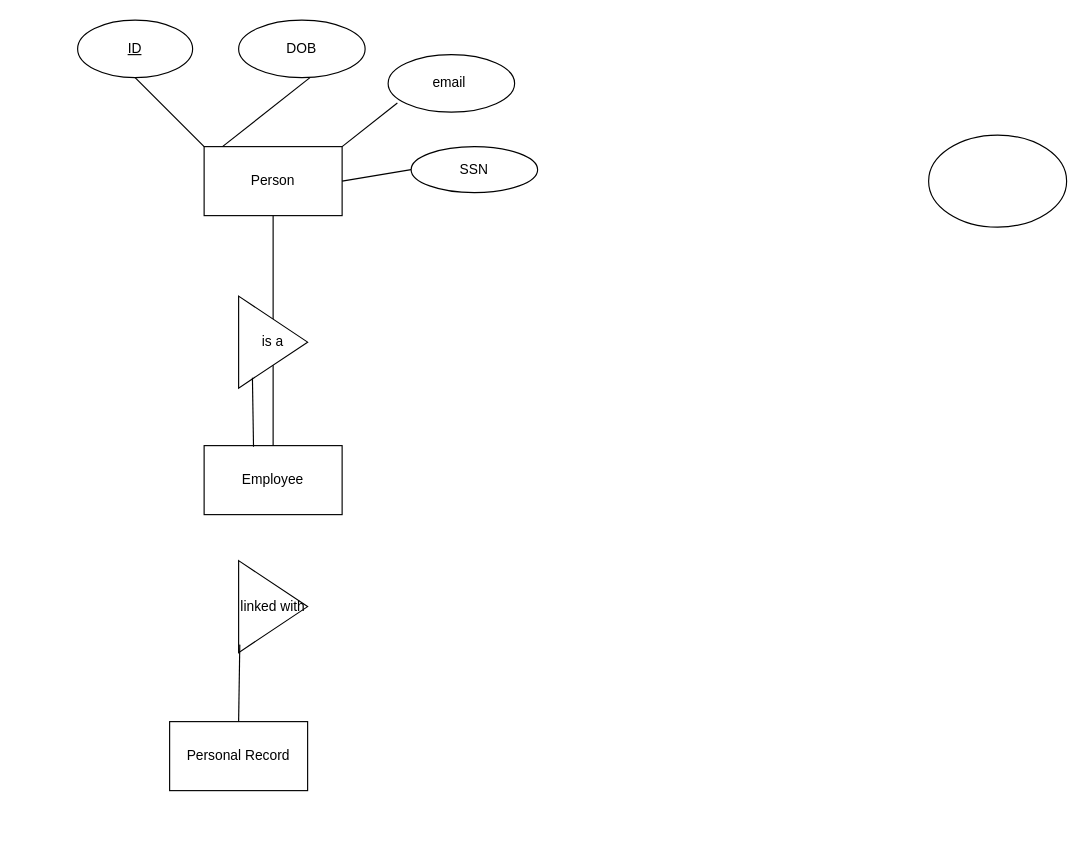
The draw.io diagram Untitled Diagram.drawio in alec202/CIS353ERDiagramAssignment, before the edit. Source tidied: cells renumbered, new cells numbered last; positions are measured from the earlier drawing's top-left corner, leaving out a move shared by most shapes. Both pictures are drawn from the tidied source at 115%, with x=0, y=0 at pixel (77, 20).
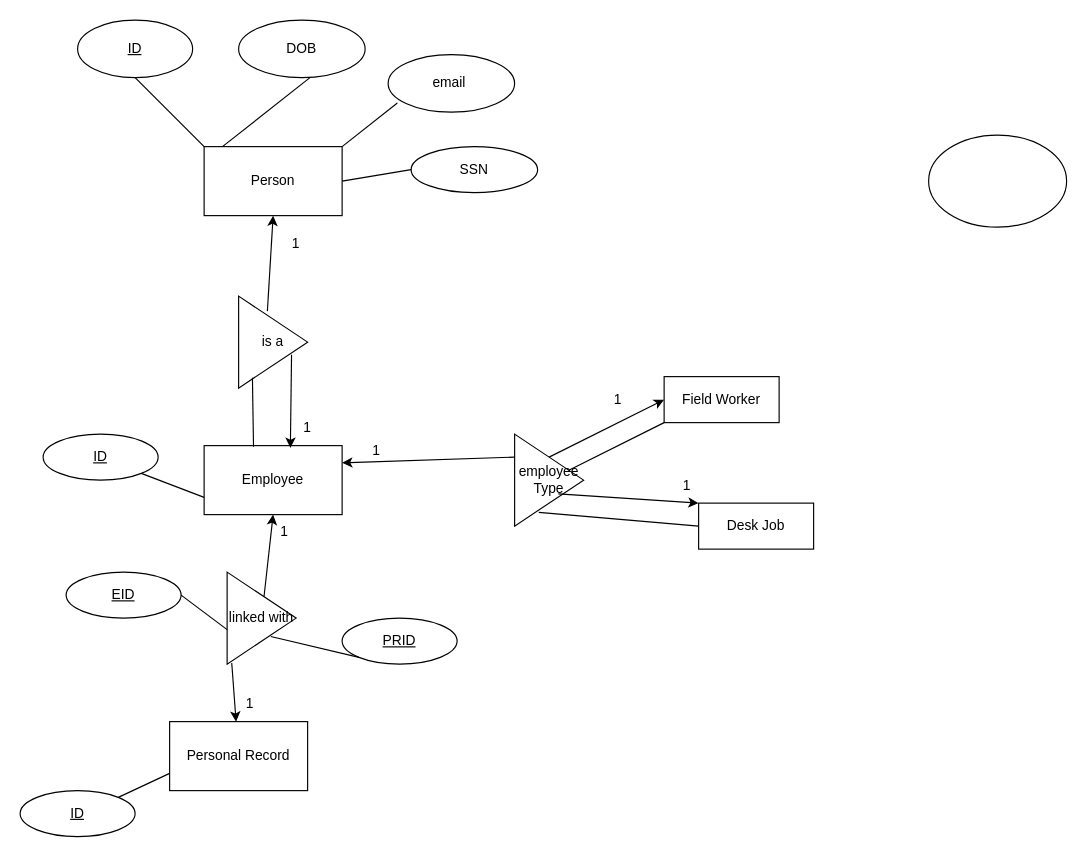
Above is the later version.

Unchanged cells that the change refers to:
```xml
<mxCell id="3" value="Person" style="rounded=0;whiteSpace=wrap;html=1;" parent="1" vertex="1">
  <mxGeometry x="110" y="110" width="120" height="60" as="geometry" />
</mxCell>
<mxCell id="12" value="Employee" style="rounded=0;whiteSpace=wrap;html=1;" parent="1" vertex="1">
  <mxGeometry x="110" y="370" width="120" height="60" as="geometry" />
</mxCell>
<mxCell id="14" value="is a" style="triangle;whiteSpace=wrap;html=1;" parent="1" vertex="1">
  <mxGeometry x="140" y="240" width="60" height="80" as="geometry" />
</mxCell>
<mxCell id="17" value="Personal Record" style="rounded=0;whiteSpace=wrap;html=1;" parent="1" vertex="1">
  <mxGeometry x="80" y="610" width="120" height="60" as="geometry" />
</mxCell>
```

The edit, as a diff of the source:
```diff
@@
-    <mxCell id="13" style="endArrow=none;html=1;rounded=0;" parent="1" edge="1" source="14">
-      <mxGeometry relative="1" as="geometry">
-        <mxPoint x="170" y="170" as="targetPoint" />
-      </mxGeometry>
-    </mxCell>
@@
-    <mxCell id="15" style="endArrow=none;html=1;rounded=0;exitX=0.5;exitY=0;exitDx=0;exitDy=0;entryX=0.5;entryY=1;entryDx=0;entryDy=0;" parent="1" edge="1" source="12" target="14">
-      <mxGeometry relative="1" as="geometry" />
-    </mxCell>
@@
     <mxCell id="18" value="linked with" style="triangle;whiteSpace=wrap;html=1;" parent="1" vertex="1">
-      <mxGeometry x="140" y="470" width="60" height="80" as="geometry" />
+      <mxGeometry x="130" y="480" width="60" height="80" as="geometry" />
     </mxCell>
-    <mxCell id="19" style="endArrow=none;html=1;rounded=0;entryX=0.017;entryY=0.913;entryDx=0;entryDy=0;entryPerimeter=0;exitX=0.5;exitY=0;exitDx=0;exitDy=0;" parent="1" edge="1" source="17" target="18">
-      <mxGeometry relative="1" as="geometry" />
-    </mxCell>
+    <mxCell id="20" style="endArrow=classic;html=1;rounded=0;exitX=0.067;exitY=0.988;exitDx=0;exitDy=0;exitPerimeter=0;" parent="1" edge="1" source="18" target="17">
+      <mxGeometry relative="1" as="geometry" />
+    </mxCell>
+    <mxCell id="21" style="endArrow=classic;html=1;rounded=0;entryX=0.5;entryY=1;entryDx=0;entryDy=0;" parent="1" edge="1" source="18" target="12">
+      <mxGeometry relative="1" as="geometry" />
+    </mxCell>
+    <mxCell id="22" value="1" style="text;strokeColor=none;align=center;fillColor=none;html=1;verticalAlign=middle;whiteSpace=wrap;rounded=0;" parent="1" vertex="1">
+      <mxGeometry x="150" y="430" width="60" height="30" as="geometry" />
+    </mxCell>
+    <mxCell id="23" value="1" style="text;strokeColor=none;align=center;fillColor=none;html=1;verticalAlign=middle;whiteSpace=wrap;rounded=0;" parent="1" vertex="1">
+      <mxGeometry x="120" y="580" width="60" height="30" as="geometry" />
+    </mxCell>
+    <mxCell id="24" style="endArrow=classic;html=1;rounded=0;entryX=0.5;entryY=1;entryDx=0;entryDy=0;exitX=0.417;exitY=0.163;exitDx=0;exitDy=0;exitPerimeter=0;" parent="1" edge="1" source="14" target="3">
+      <mxGeometry relative="1" as="geometry" />
+    </mxCell>
+    <mxCell id="25" value="1" style="text;strokeColor=none;align=center;fillColor=none;html=1;verticalAlign=middle;whiteSpace=wrap;rounded=0;" parent="1" vertex="1">
+      <mxGeometry x="160" y="180" width="60" height="30" as="geometry" />
+    </mxCell>
+    <mxCell id="26" style="endArrow=classic;html=1;rounded=0;entryX=0.625;entryY=0.033;entryDx=0;entryDy=0;entryPerimeter=0;exitX=0.767;exitY=0.638;exitDx=0;exitDy=0;exitPerimeter=0;" parent="1" edge="1" source="14" target="12">
+      <mxGeometry relative="1" as="geometry" />
+    </mxCell>
+    <mxCell id="27" value="1" style="text;strokeColor=none;align=center;fillColor=none;html=1;verticalAlign=middle;whiteSpace=wrap;rounded=0;" parent="1" vertex="1">
+      <mxGeometry x="170" y="340" width="60" height="30" as="geometry" />
+    </mxCell>
+    <mxCell id="28" value="ID" style="ellipse;whiteSpace=wrap;html=1;align=center;fontStyle=4;" parent="1" vertex="1">
+      <mxGeometry x="-30" y="360" width="100" height="40" as="geometry" />
+    </mxCell>
+    <mxCell id="29" style="endArrow=none;html=1;rounded=0;exitX=1;exitY=1;exitDx=0;exitDy=0;entryX=0;entryY=0.75;entryDx=0;entryDy=0;" parent="1" edge="1" source="28" target="12">
+      <mxGeometry relative="1" as="geometry" />
+    </mxCell>
+    <mxCell id="30" value="ID" style="ellipse;whiteSpace=wrap;html=1;align=center;fontStyle=4;" parent="1" vertex="1">
+      <mxGeometry x="-50" y="670" width="100" height="40" as="geometry" />
+    </mxCell>
+    <mxCell id="31" style="endArrow=none;html=1;rounded=0;entryX=1;entryY=0;entryDx=0;entryDy=0;exitX=0;exitY=0.75;exitDx=0;exitDy=0;" parent="1" edge="1" source="17" target="30">
+      <mxGeometry relative="1" as="geometry" />
+    </mxCell>
+    <mxCell id="32" value="EID" style="ellipse;whiteSpace=wrap;html=1;align=center;fontStyle=4;" parent="1" vertex="1">
+      <mxGeometry x="-10" y="480" width="100" height="40" as="geometry" />
+    </mxCell>
+    <mxCell id="33" style="endArrow=none;html=1;rounded=0;exitX=1;exitY=0.5;exitDx=0;exitDy=0;entryX=0;entryY=0.625;entryDx=0;entryDy=0;entryPerimeter=0;" parent="1" edge="1" source="32" target="18">
+      <mxGeometry relative="1" as="geometry" />
+    </mxCell>
+    <mxCell id="34" value="PRID" style="ellipse;whiteSpace=wrap;html=1;align=center;fontStyle=4;" parent="1" vertex="1">
+      <mxGeometry x="230" y="520" width="100" height="40" as="geometry" />
+    </mxCell>
+    <mxCell id="35" style="endArrow=none;html=1;rounded=0;exitX=0.633;exitY=0.7;exitDx=0;exitDy=0;exitPerimeter=0;entryX=0;entryY=1;entryDx=0;entryDy=0;" parent="1" edge="1" source="18" target="34">
+      <mxGeometry relative="1" as="geometry" />
+    </mxCell>
+    <mxCell id="36" value="employee Type" style="triangle;whiteSpace=wrap;html=1;" parent="1" vertex="1">
+      <mxGeometry x="380" y="360" width="60" height="80" as="geometry" />
+    </mxCell>
+    <mxCell id="37" style="endArrow=classic;html=1;rounded=0;exitX=0;exitY=0.25;exitDx=0;exitDy=0;entryX=1;entryY=0.25;entryDx=0;entryDy=0;" parent="1" edge="1" source="36" target="12">
+      <mxGeometry relative="1" as="geometry" />
+    </mxCell>
+    <mxCell id="38" style="endArrow=none;html=1;rounded=0;entryX=0;entryY=1;entryDx=0;entryDy=0;" parent="1" edge="1" source="36" target="39">
+      <mxGeometry relative="1" as="geometry" />
+    </mxCell>
+    <mxCell id="39" value="Field Worker" style="whiteSpace=wrap;html=1;align=center;" parent="1" vertex="1">
+      <mxGeometry x="510" y="310" width="100" height="40" as="geometry" />
+    </mxCell>
+    <mxCell id="40" style="endArrow=classic;html=1;rounded=0;entryX=0;entryY=0.5;entryDx=0;entryDy=0;exitX=0.5;exitY=0;exitDx=0;exitDy=0;" parent="1" edge="1" source="36" target="39">
+      <mxGeometry relative="1" as="geometry" />
+    </mxCell>
+    <mxCell id="41" value="1" style="text;strokeColor=none;align=center;fillColor=none;html=1;verticalAlign=middle;whiteSpace=wrap;rounded=0;" parent="1" vertex="1">
+      <mxGeometry x="230" y="360" width="60" height="30" as="geometry" />
+    </mxCell>
+    <mxCell id="42" value="1" style="text;strokeColor=none;align=center;fillColor=none;html=1;verticalAlign=middle;whiteSpace=wrap;rounded=0;" parent="1" vertex="1">
+      <mxGeometry x="440" y="315" width="60" height="30" as="geometry" />
+    </mxCell>
+    <mxCell id="43" value="Desk Job" style="whiteSpace=wrap;html=1;align=center;" parent="1" vertex="1">
+      <mxGeometry x="540" y="420" width="100" height="40" as="geometry" />
+    </mxCell>
+    <mxCell id="44" style="endArrow=classic;html=1;rounded=0;entryX=0;entryY=0;entryDx=0;entryDy=0;exitX=0.633;exitY=0.65;exitDx=0;exitDy=0;exitPerimeter=0;" parent="1" edge="1" source="36" target="43">
+      <mxGeometry relative="1" as="geometry" />
+    </mxCell>
+    <mxCell id="45" style="endArrow=none;html=1;rounded=0;exitX=0.35;exitY=0.85;exitDx=0;exitDy=0;exitPerimeter=0;entryX=0;entryY=0.5;entryDx=0;entryDy=0;" parent="1" edge="1" source="36" target="43">
+      <mxGeometry relative="1" as="geometry" />
+    </mxCell>
+    <mxCell id="46" value="1" style="text;strokeColor=none;align=center;fillColor=none;html=1;verticalAlign=middle;whiteSpace=wrap;rounded=0;" parent="1" vertex="1">
+      <mxGeometry x="500" y="390" width="60" height="30" as="geometry" />
+    </mxCell>
```
